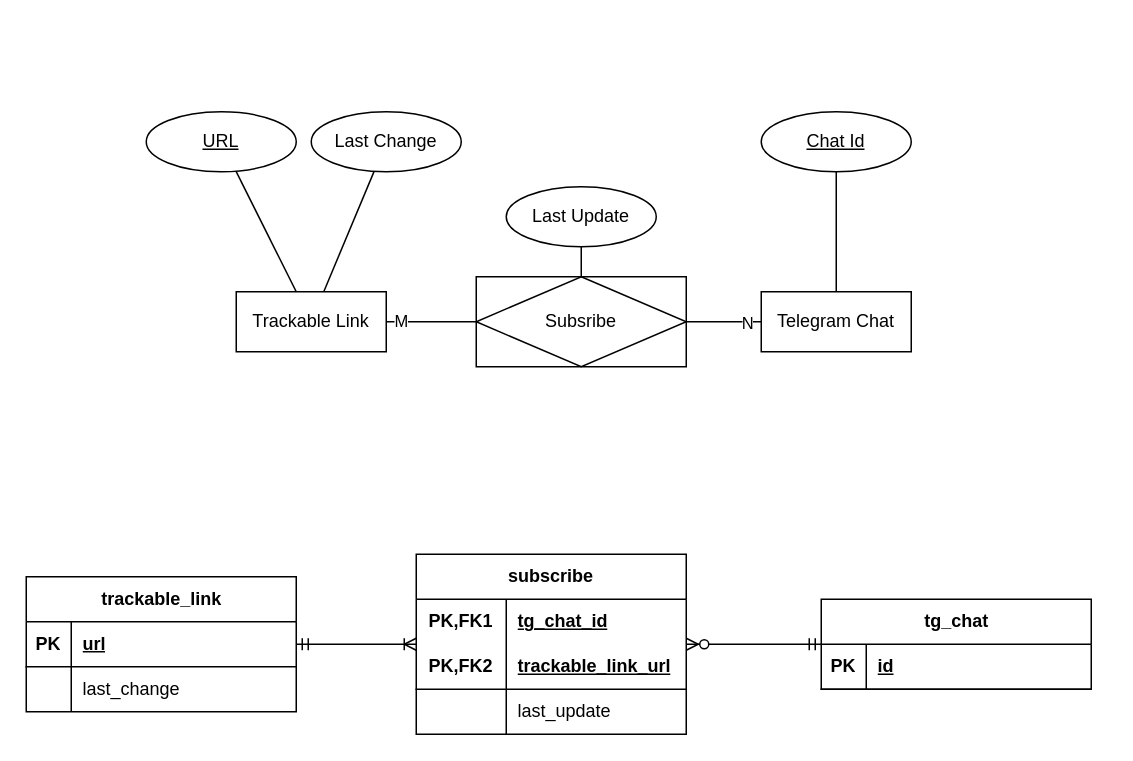
garmoza/link-tracker keeps this draw.io diagram as migrations/ER.drawio. Above is the earlier version. Source tidied: cells renumbered, new cells numbered last; positions are measured from the earlier drawing's top-left corner, leaving out a move shared by most shapes. Both pictures are drawn from the tidied source at 150%, with x=0, y=0 at pixel (26, 111).
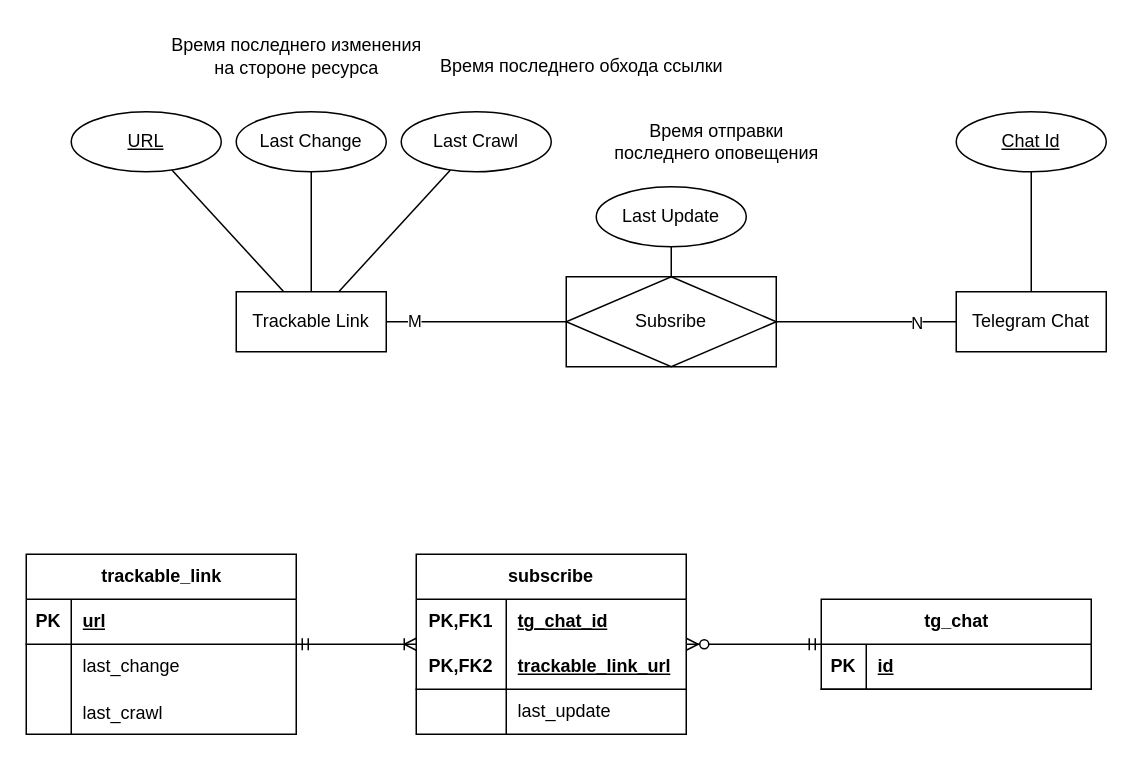
After the change.

The change refers to these unchanged cells:
```xml
<mxCell id="4" value="Trackable Link" style="whiteSpace=wrap;html=1;align=center;" parent="1" vertex="1">
  <mxGeometry x="140" y="120" width="100" height="40" as="geometry" />
</mxCell>
```

What changed in the source:
```diff
@@
     <mxCell id="2" value="Subsribe" style="shape=associativeEntity;whiteSpace=wrap;html=1;align=center;" parent="1" vertex="1">
-      <mxGeometry x="300" y="110" width="140" height="60" as="geometry" />
+      <mxGeometry x="360" y="110" width="140" height="60" as="geometry" />
     </mxCell>
     <mxCell id="3" value="Last Change" style="ellipse;whiteSpace=wrap;html=1;align=center;" parent="1" vertex="1">
-      <mxGeometry x="190" width="100" height="40" as="geometry" />
+      <mxGeometry x="140" width="100" height="40" as="geometry" />
     </mxCell>
@@
     <mxCell id="5" value="Telegram Chat" style="whiteSpace=wrap;html=1;align=center;" parent="1" vertex="1">
-      <mxGeometry x="490" y="120" width="100" height="40" as="geometry" />
+      <mxGeometry x="620" y="120" width="100" height="40" as="geometry" />
     </mxCell>
     <mxCell id="6" value="Chat Id" style="ellipse;whiteSpace=wrap;html=1;align=center;fontStyle=4;" parent="1" vertex="1">
-      <mxGeometry x="490" width="100" height="40" as="geometry" />
+      <mxGeometry x="620" width="100" height="40" as="geometry" />
     </mxCell>
@@
     <mxCell id="13" value="Last Update" style="ellipse;whiteSpace=wrap;html=1;align=center;" parent="1" vertex="1">
-      <mxGeometry x="320" y="50" width="100" height="40" as="geometry" />
+      <mxGeometry x="380" y="50" width="100" height="40" as="geometry" />
     </mxCell>
@@
     <mxCell id="15" value="URL" style="ellipse;whiteSpace=wrap;html=1;align=center;fontStyle=4;" parent="1" vertex="1">
-      <mxGeometry x="80" width="100" height="40" as="geometry" />
+      <mxGeometry x="30" width="100" height="40" as="geometry" />
     </mxCell>
@@
     <mxCell id="21" value="trackable_link" style="shape=table;startSize=30;childLayout=tableLayout;rowLines=0;fontStyle=1;align=center;html=1;" parent="1" vertex="1">
-      <mxGeometry y="310" width="180" height="90" as="geometry" />
+      <mxGeometry y="295" width="180" height="120" as="geometry" />
     </mxCell>
@@
+    <mxCell id="40" style="shape=tableRow;horizontal=0;startSize=0;swimlaneHead=0;swimlaneBody=0;fillColor=none;top=0;left=0;right=0;bottom=0;" parent="21" vertex="1">
+      <mxGeometry y="90" width="180" height="30" as="geometry" />
+    </mxCell>
+    <mxCell id="41" style="shape=partialRectangle;fillColor=none;top=0;left=0;bottom=0;right=0;overflow=hidden;" parent="40" vertex="1">
+      <mxGeometry width="30" height="30" as="geometry" />
+    </mxCell>
+    <mxCell id="42" value="last_crawl" style="shape=partialRectangle;fillColor=none;top=0;left=0;bottom=0;right=0;align=left;spacingLeft=6;overflow=hidden;" parent="40" vertex="1">
+      <mxGeometry x="30" width="150" height="30" as="geometry" />
+    </mxCell>
@@
+    <mxCell id="43" value="Last Crawl" style="ellipse;whiteSpace=wrap;html=1;align=center;" parent="1" vertex="1">
+      <mxGeometry x="250" width="100" height="40" as="geometry" />
+    </mxCell>
+    <mxCell id="44" style="endArrow=none;html=1;rounded=0;" parent="1" edge="1" source="4" target="43">
+      <mxGeometry relative="1" as="geometry" />
+    </mxCell>
+    <mxCell id="45" value="Время последнего изменения&lt;div&gt;на стороне ресурса&lt;/div&gt;" style="text;html=1;align=center;verticalAlign=middle;strokeColor=none;fillColor=none;" parent="1" vertex="1">
+      <mxGeometry x="85" y="-57" width="190" height="40" as="geometry" />
+    </mxCell>
+    <mxCell id="46" value="Время последнего обхода ссылки" style="text;html=1;align=center;verticalAlign=middle;strokeColor=none;fillColor=none;" parent="1" vertex="1">
+      <mxGeometry x="265" y="-45" width="210" height="30" as="geometry" />
+    </mxCell>
+    <mxCell id="47" value="Время отправки&lt;div&gt;последнего оповещения&lt;/div&gt;" style="text;html=1;align=center;verticalAlign=middle;strokeColor=none;fillColor=none;" parent="1" vertex="1">
+      <mxGeometry x="380" width="160" height="40" as="geometry" />
+    </mxCell>
```
